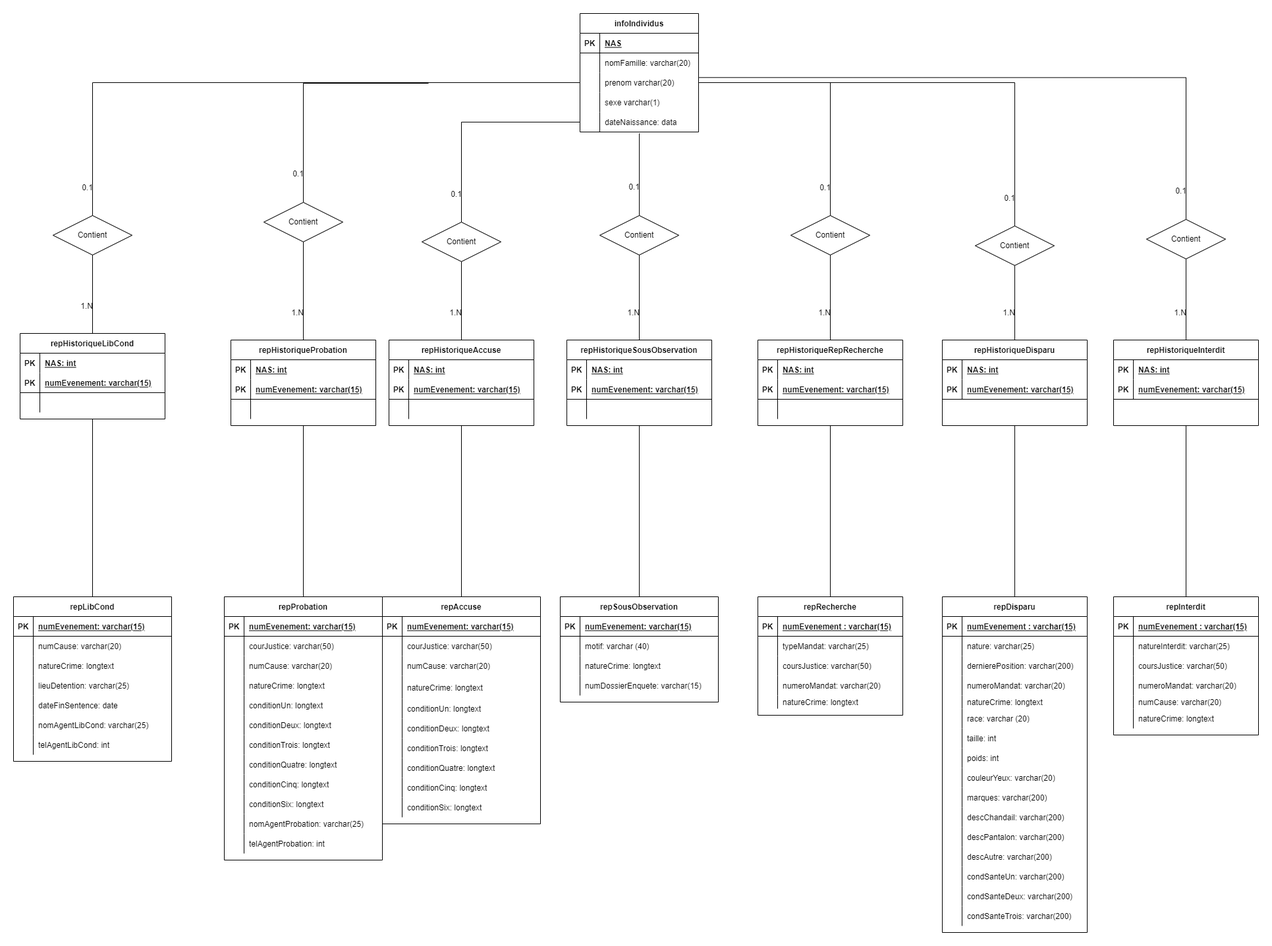
Earlier version of the draw.io export database/MCD_pendingApprouval.png (e1730934/projet02Equipe3backend). Source tidied: cells renumbered, new cells last; positions are measured from the earlier drawing's top-left corner, leaving out a move shared by most shapes.
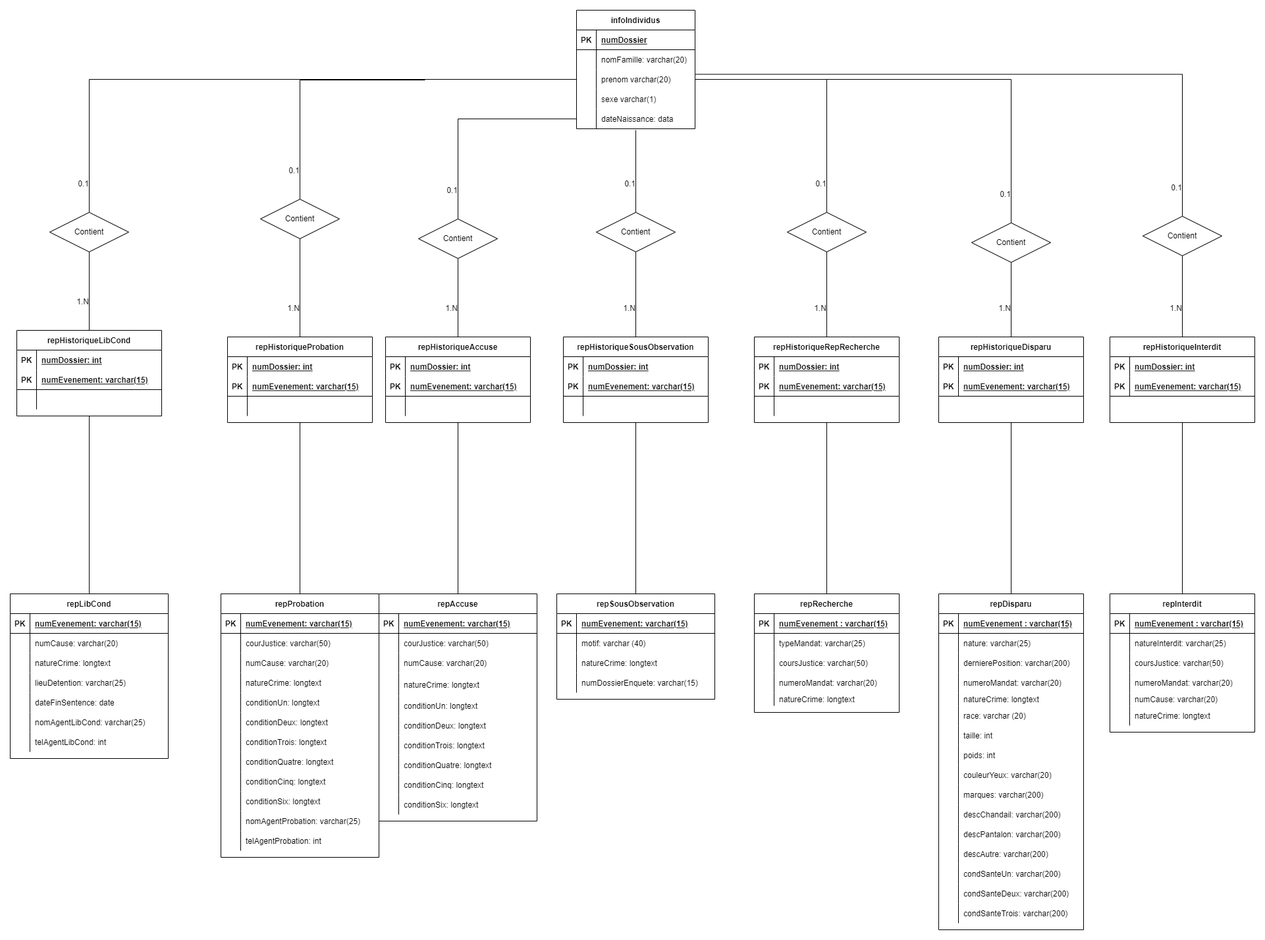
Later version of the same file.

Commit message:
Update Database: NAS replaced by numDossier

Change to the diagram source:
```diff
@@ -11,7 +11,7 @@
     <mxCell id="4" value="PK" style="shape=partialRectangle;fillColor=none;top=0;left=0;bottom=0;right=0;fontStyle=1;overflow=hidden;" parent="3" vertex="1">
       <mxGeometry width="30" height="30" as="geometry" />
     </mxCell>
-    <mxCell id="5" value="NAS" style="shape=partialRectangle;fillColor=none;top=0;left=0;bottom=0;right=0;align=left;spacingLeft=6;fontStyle=5;overflow=hidden;" parent="3" vertex="1">
+    <mxCell id="5" value="numDossier" style="shape=partialRectangle;fillColor=none;top=0;left=0;bottom=0;right=0;align=left;spacingLeft=6;fontStyle=5;overflow=hidden;" parent="3" vertex="1">
       <mxGeometry x="30" width="150" height="30" as="geometry" />
     </mxCell>
     <mxCell id="6" style="shape=tableRow;horizontal=0;startSize=0;swimlaneHead=0;swimlaneBody=0;fillColor=none;top=0;left=0;right=0;bottom=0;" parent="2" vertex="1">
@@ -59,7 +59,7 @@
     <mxCell id="20" value="PK" style="shape=partialRectangle;fillColor=none;top=0;left=0;bottom=0;right=0;overflow=hidden;fontStyle=1;" parent="19" vertex="1">
       <mxGeometry width="30" height="30" as="geometry" />
     </mxCell>
-    <mxCell id="21" value="NAS: int" style="shape=partialRectangle;fillColor=none;top=0;left=0;bottom=0;right=0;align=left;spacingLeft=6;overflow=hidden;fontStyle=5;" parent="19" vertex="1">
+    <mxCell id="21" value="numDossier: int" style="shape=partialRectangle;fillColor=none;top=0;left=0;bottom=0;right=0;align=left;spacingLeft=6;overflow=hidden;fontStyle=5;" parent="19" vertex="1">
       <mxGeometry x="30" width="190" height="30" as="geometry" />
     </mxCell>
     <mxCell id="22" style="shape=tableRow;horizontal=0;startSize=0;swimlaneHead=0;swimlaneBody=0;fillColor=none;top=0;left=0;right=0;bottom=1;" parent="18" vertex="1">
@@ -137,7 +137,7 @@
     <mxCell id="46" value="PK" style="shape=partialRectangle;fillColor=none;top=0;left=0;bottom=0;right=0;overflow=hidden;fontStyle=1;" parent="45" vertex="1">
       <mxGeometry width="30" height="30" as="geometry" />
     </mxCell>
-    <mxCell id="47" value="NAS: int" style="shape=partialRectangle;fillColor=none;top=0;left=0;bottom=0;right=0;align=left;spacingLeft=6;overflow=hidden;fontStyle=5;" parent="45" vertex="1">
+    <mxCell id="47" value="numDossier: int" style="shape=partialRectangle;fillColor=none;top=0;left=0;bottom=0;right=0;align=left;spacingLeft=6;overflow=hidden;fontStyle=5;" parent="45" vertex="1">
       <mxGeometry x="30" width="190" height="30" as="geometry" />
     </mxCell>
     <mxCell id="48" style="shape=tableRow;horizontal=0;startSize=0;swimlaneHead=0;swimlaneBody=0;fillColor=none;top=0;left=0;right=0;bottom=1;" parent="44" vertex="1">
@@ -206,7 +206,7 @@
     <mxCell id="69" value="PK" style="shape=partialRectangle;fillColor=none;top=0;left=0;bottom=0;right=0;overflow=hidden;fontStyle=1;" parent="68" vertex="1">
       <mxGeometry width="30" height="30" as="geometry" />
     </mxCell>
-    <mxCell id="70" value="NAS: int" style="shape=partialRectangle;fillColor=none;top=0;left=0;bottom=0;right=0;align=left;spacingLeft=6;overflow=hidden;fontStyle=5;" parent="68" vertex="1">
+    <mxCell id="70" value="numDossier: int" style="shape=partialRectangle;fillColor=none;top=0;left=0;bottom=0;right=0;align=left;spacingLeft=6;overflow=hidden;fontStyle=5;" parent="68" vertex="1">
       <mxGeometry x="30" width="190" height="30" as="geometry" />
     </mxCell>
     <mxCell id="71" style="shape=tableRow;horizontal=0;startSize=0;swimlaneHead=0;swimlaneBody=0;fillColor=none;top=0;left=0;right=0;bottom=1;" parent="67" vertex="1">
@@ -329,7 +329,7 @@
     <mxCell id="110" value="PK" style="shape=partialRectangle;fillColor=none;top=0;left=0;bottom=0;right=0;overflow=hidden;fontStyle=1;" parent="109" vertex="1">
       <mxGeometry width="30" height="30" as="geometry" />
     </mxCell>
-    <mxCell id="111" value="NAS: int" style="shape=partialRectangle;fillColor=none;top=0;left=0;bottom=0;right=0;align=left;spacingLeft=6;overflow=hidden;fontStyle=5;" parent="109" vertex="1">
+    <mxCell id="111" value="numDossier: int" style="shape=partialRectangle;fillColor=none;top=0;left=0;bottom=0;right=0;align=left;spacingLeft=6;overflow=hidden;fontStyle=5;" parent="109" vertex="1">
       <mxGeometry x="30" width="190" height="30" as="geometry" />
     </mxCell>
     <mxCell id="112" style="shape=tableRow;horizontal=0;startSize=0;swimlaneHead=0;swimlaneBody=0;fillColor=none;top=0;left=0;right=0;bottom=1;" parent="108" vertex="1">
@@ -470,7 +470,7 @@
     <mxCell id="157" value="PK" style="shape=partialRectangle;fillColor=none;top=0;left=0;bottom=0;right=0;overflow=hidden;fontStyle=1;" parent="156" vertex="1">
       <mxGeometry width="30" height="30" as="geometry" />
     </mxCell>
-    <mxCell id="158" value="NAS: int" style="shape=partialRectangle;fillColor=none;top=0;left=0;bottom=0;right=0;align=left;spacingLeft=6;overflow=hidden;fontStyle=5;" parent="156" vertex="1">
+    <mxCell id="158" value="numDossier: int" style="shape=partialRectangle;fillColor=none;top=0;left=0;bottom=0;right=0;align=left;spacingLeft=6;overflow=hidden;fontStyle=5;" parent="156" vertex="1">
       <mxGeometry x="30" width="190" height="30" as="geometry" />
     </mxCell>
     <mxCell id="159" style="shape=tableRow;horizontal=0;startSize=0;swimlaneHead=0;swimlaneBody=0;fillColor=none;top=0;left=0;right=0;bottom=1;" parent="155" vertex="1">
@@ -566,7 +566,7 @@
     <mxCell id="189" value="PK" style="shape=partialRectangle;fillColor=none;top=0;left=0;bottom=0;right=0;overflow=hidden;fontStyle=1;" parent="188" vertex="1">
       <mxGeometry width="30" height="30" as="geometry" />
     </mxCell>
-    <mxCell id="190" value="NAS: int" style="shape=partialRectangle;fillColor=none;top=0;left=0;bottom=0;right=0;align=left;spacingLeft=6;overflow=hidden;fontStyle=5;" parent="188" vertex="1">
+    <mxCell id="190" value="numDossier: int" style="shape=partialRectangle;fillColor=none;top=0;left=0;bottom=0;right=0;align=left;spacingLeft=6;overflow=hidden;fontStyle=5;" parent="188" vertex="1">
       <mxGeometry x="30" width="190" height="30" as="geometry" />
     </mxCell>
     <mxCell id="191" style="shape=tableRow;horizontal=0;startSize=0;swimlaneHead=0;swimlaneBody=0;fillColor=none;top=0;left=0;right=0;bottom=1;" parent="187" vertex="1">
@@ -734,7 +734,7 @@
     <mxCell id="245" value="PK" style="shape=partialRectangle;fillColor=none;top=0;left=0;bottom=0;right=0;overflow=hidden;fontStyle=1;" parent="244" vertex="1">
       <mxGeometry width="30" height="30" as="geometry" />
     </mxCell>
-    <mxCell id="246" value="NAS: int" style="shape=partialRectangle;fillColor=none;top=0;left=0;bottom=0;right=0;align=left;spacingLeft=6;overflow=hidden;fontStyle=5;" parent="244" vertex="1">
+    <mxCell id="246" value="numDossier: int" style="shape=partialRectangle;fillColor=none;top=0;left=0;bottom=0;right=0;align=left;spacingLeft=6;overflow=hidden;fontStyle=5;" parent="244" vertex="1">
       <mxGeometry x="30" width="190" height="30" as="geometry" />
     </mxCell>
     <mxCell id="247" style="shape=tableRow;horizontal=0;startSize=0;swimlaneHead=0;swimlaneBody=0;fillColor=none;top=0;left=0;right=0;bottom=1;" parent="243" vertex="1">
```
